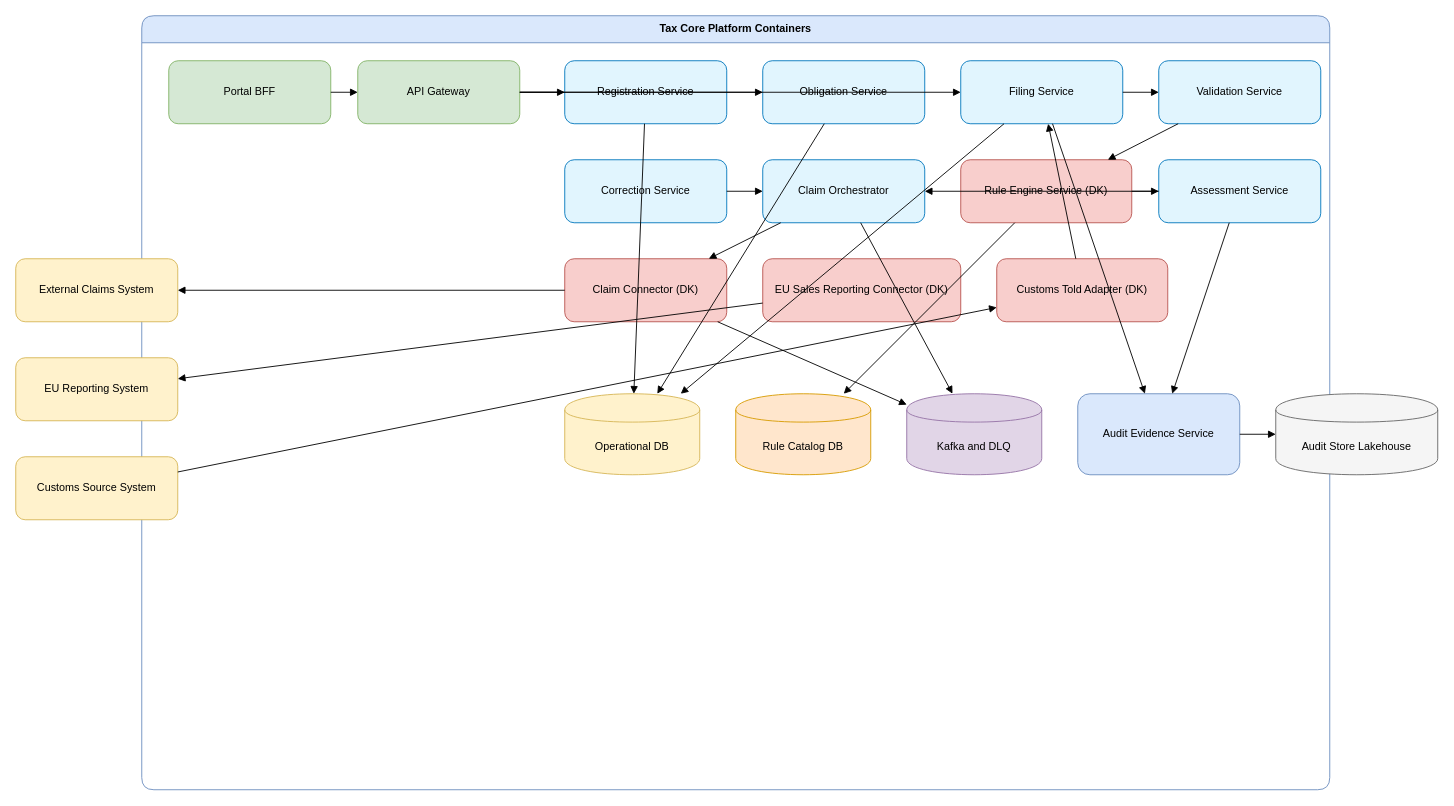
The draw.io diagram design/drawings/container-diagram.drawio in nc-tbi/VATRI-Codex, before the edit. Source tidied: cells renumbered, new cells numbered last; positions are measured from the earlier drawing's top-left corner, leaving out a move shared by most shapes. Both pictures are drawn from the tidied source at 90%, with x=0, y=0 at pixel (15, 15).
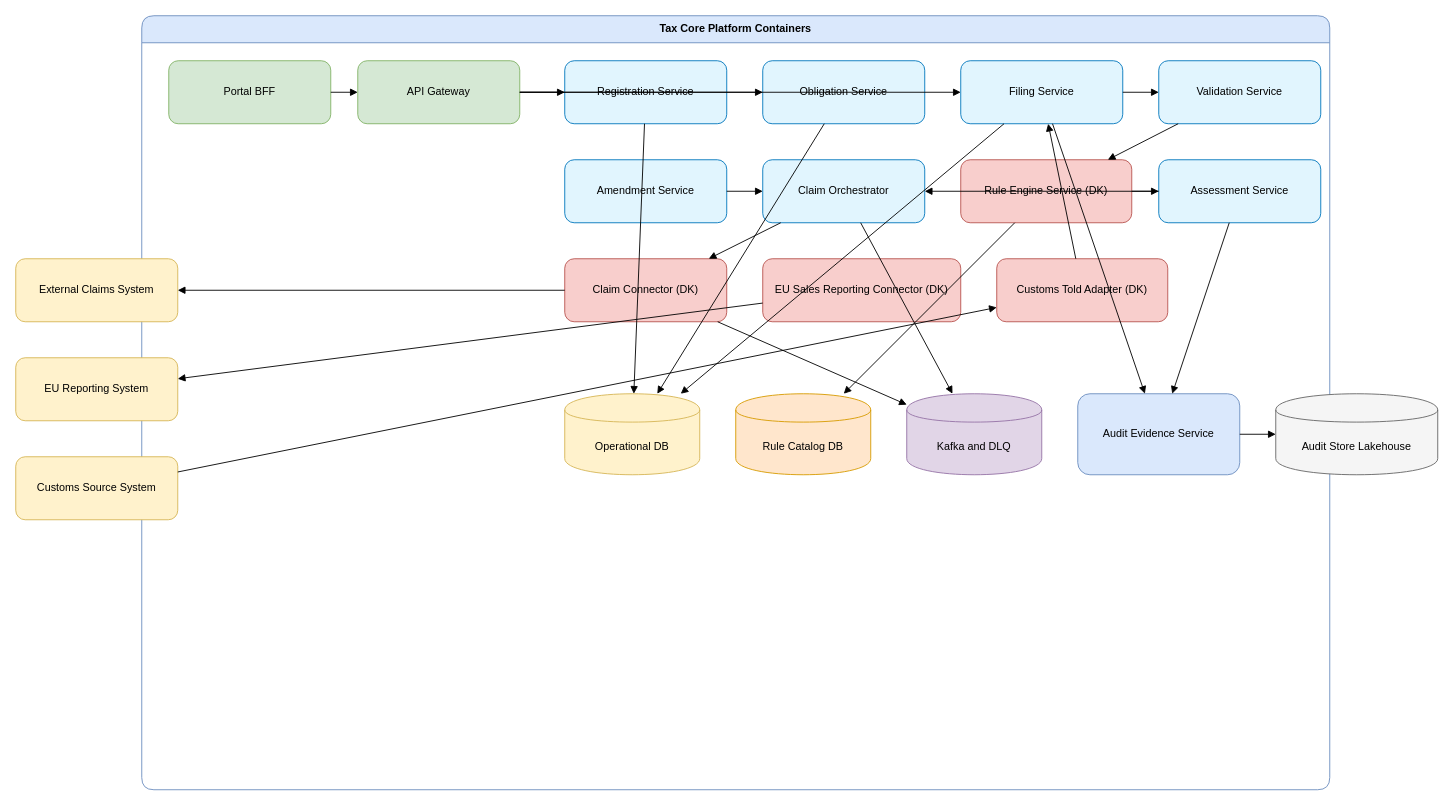
The same diagram, later.

The change refers to these unchanged cells:
```xml
<mxCell id="2" value="Tax Core Platform Containers" style="swimlane;rounded=1;whiteSpace=wrap;html=1;startSize=30;fillColor=#dae8fc;strokeColor=#6c8ebf;" parent="1" vertex="1">
  <mxGeometry x="140" width="1320" height="860" as="geometry" />
</mxCell>
```

Diff of the diagram source:
```diff
@@
-    <mxCell id="11" value="Correction Service" style="rounded=1;whiteSpace=wrap;html=1;fillColor=#e1f5fe;strokeColor=#0277bd;" parent="2" vertex="1">
+    <mxCell id="11" value="Amendment Service" style="rounded=1;whiteSpace=wrap;html=1;fillColor=#e1f5fe;strokeColor=#0277bd;" parent="2" vertex="1">
       <mxGeometry x="470" y="160" width="180" height="70" as="geometry" />
     </mxCell>
```
